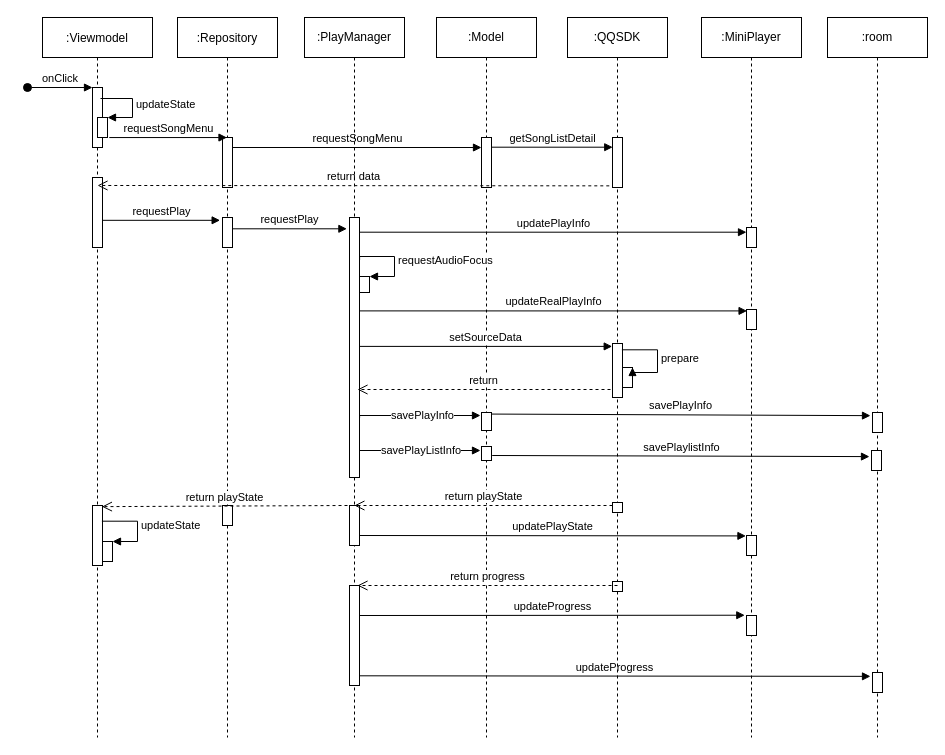
Above: Untitled Diagram.drawio in milk1990/AndFix (draw.io), before the change. Source tidied: cells renumbered, new cells numbered last; positions are measured from the earlier drawing's top-left corner, leaving out a move shared by most shapes. Both pictures are drawn from the tidied source at 100%, with x=0, y=0 at pixel (27, 17).
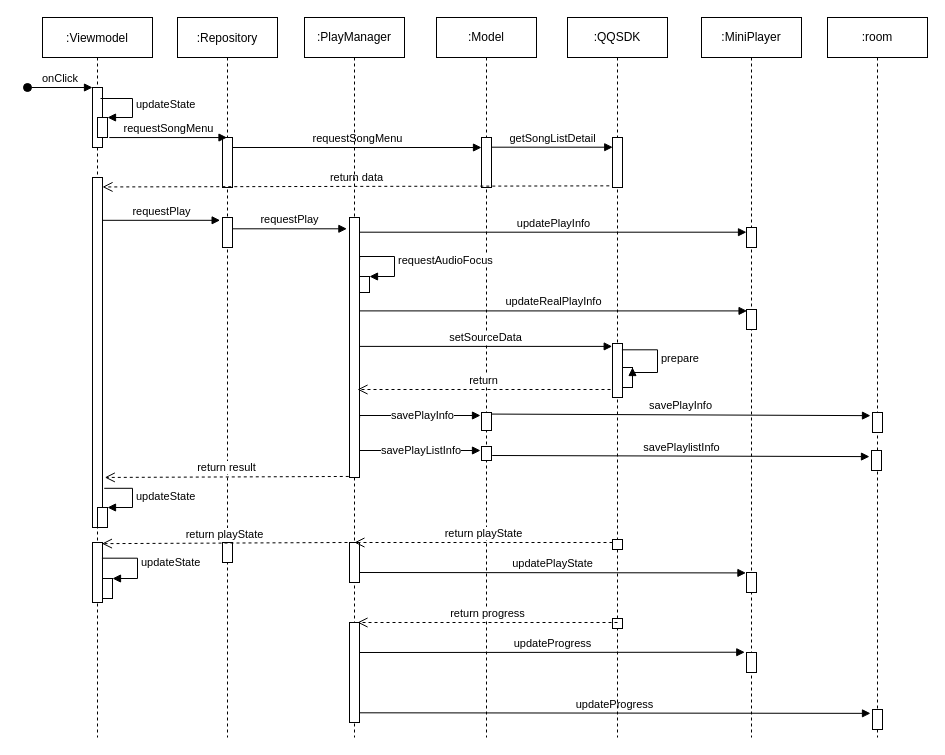
Above is the later version.

Unchanged cells that the change refers to:
```xml
<mxCell id="2" value=":Viewmodel" style="shape=umlLifeline;perimeter=lifelinePerimeter;rounded=0;shadow=0;strokeWidth=1;" parent="1" vertex="1">
  <mxGeometry x="15" width="110" height="720" as="geometry" />
</mxCell>
<mxCell id="11" value=":Repository" style="shape=umlLifeline;perimeter=lifelinePerimeter;rounded=0;shadow=0;strokeWidth=1;" parent="1" vertex="1">
  <mxGeometry x="150" width="100" height="720" as="geometry" />
</mxCell>
<mxCell id="16" value=":Model" style="shape=umlLifeline;perimeter=lifelinePerimeter;whiteSpace=wrap;html=1;" parent="1" vertex="1">
  <mxGeometry x="409" width="100" height="720" as="geometry" />
</mxCell>
<mxCell id="23" value=":PlayManager" style="shape=umlLifeline;perimeter=lifelinePerimeter;whiteSpace=wrap;html=1;" parent="1" vertex="1">
  <mxGeometry x="277" width="100" height="720" as="geometry" />
</mxCell>
<mxCell id="24" style="html=1;points=[];perimeter=orthogonalPerimeter;" parent="23" vertex="1">
  <mxGeometry x="45" y="200" width="10" height="260" as="geometry" />
</mxCell>
<mxCell id="34" value=":QQSDK" style="shape=umlLifeline;perimeter=lifelinePerimeter;whiteSpace=wrap;html=1;" parent="1" vertex="1">
  <mxGeometry x="540" width="100" height="720" as="geometry" />
</mxCell>
<mxCell id="35" style="html=1;points=[];perimeter=orthogonalPerimeter;" parent="34" vertex="1">
  <mxGeometry x="45" y="120" width="10" height="50" as="geometry" />
</mxCell>
<mxCell id="43" value=":MiniPlayer" style="shape=umlLifeline;perimeter=lifelinePerimeter;whiteSpace=wrap;html=1;" parent="1" vertex="1">
  <mxGeometry x="674" width="100" height="720" as="geometry" />
</mxCell>
<mxCell id="50" value=":room" style="shape=umlLifeline;perimeter=lifelinePerimeter;whiteSpace=wrap;html=1;" parent="1" vertex="1">
  <mxGeometry x="800" width="100" height="720" as="geometry" />
</mxCell>
```

What changed in the source:
```diff
@@
     <mxCell id="7" style="html=1;points=[];perimeter=orthogonalPerimeter;" parent="2" vertex="1">
-      <mxGeometry x="50" y="160" width="10" height="70" as="geometry" />
+      <mxGeometry x="50" y="160" width="10" height="350" as="geometry" />
     </mxCell>
     <mxCell id="8" style="html=1;points=[];perimeter=orthogonalPerimeter;" parent="2" vertex="1">
-      <mxGeometry x="50" y="488" width="10" height="60" as="geometry" />
+      <mxGeometry x="50" y="525" width="10" height="60" as="geometry" />
     </mxCell>
     <mxCell id="9" style="html=1;points=[];perimeter=orthogonalPerimeter;" parent="2" vertex="1">
-      <mxGeometry x="60" y="524" width="10" height="20" as="geometry" />
+      <mxGeometry x="60" y="561" width="10" height="20" as="geometry" />
     </mxCell>
     <mxCell id="10" value="updateState" style="edgeStyle=orthogonalEdgeStyle;html=1;align=left;spacingLeft=2;endArrow=block;rounded=0;entryX=1;entryY=0;exitX=0.943;exitY=0.162;exitDx=0;exitDy=0;exitPerimeter=0;" parent="2" edge="1" target="9">
       <mxGeometry relative="1" as="geometry">
-        <mxPoint x="59.4" y="503.7" as="sourcePoint" />
+        <mxPoint x="59.4" y="540.7" as="sourcePoint" />
         <Array as="points">
-          <mxPoint x="95" y="504" />
-          <mxPoint x="95" y="524" />
+          <mxPoint x="95" y="541" />
+          <mxPoint x="95" y="561" />
         </Array>
       </mxGeometry>
     </mxCell>
+    <mxCell id="61" style="html=1;points=[];perimeter=orthogonalPerimeter;" parent="2" vertex="1">
+      <mxGeometry x="55" y="490" width="10" height="20" as="geometry" />
+    </mxCell>
+    <mxCell id="62" value="updateState" style="edgeStyle=orthogonalEdgeStyle;html=1;align=left;spacingLeft=2;endArrow=block;rounded=0;entryX=1;entryY=0;exitX=1.171;exitY=0.888;exitDx=0;exitDy=0;exitPerimeter=0;" parent="2" edge="1" source="7" target="61">
+      <mxGeometry relative="1" as="geometry">
+        <Array as="points">
+          <mxPoint x="90" y="471" />
+          <mxPoint x="90" y="490" />
+        </Array>
+      </mxGeometry>
+    </mxCell>
@@
     <mxCell id="15" style="html=1;perimeter=orthogonalPerimeter;" parent="11" vertex="1">
-      <mxGeometry x="45" y="488" width="10" height="20" as="geometry" />
+      <mxGeometry x="45" y="525" width="10" height="20" as="geometry" />
     </mxCell>
@@
     <mxCell id="20" value="updateProgress" style="html=1;verticalAlign=bottom;endArrow=block;rounded=0;entryX=-0.2;entryY=0.193;entryDx=0;entryDy=0;entryPerimeter=0;" parent="16" edge="1" target="52">
       <mxGeometry relative="1" as="geometry">
-        <mxPoint x="-79" y="658.3" as="sourcePoint" />
+        <mxPoint x="-79" y="695.3" as="sourcePoint" />
       </mxGeometry>
     </mxCell>
@@
-    <mxCell id="22" value="return data" style="html=1;verticalAlign=bottom;endArrow=open;dashed=1;endSize=8;rounded=0;exitX=-0.321;exitY=0.967;exitDx=0;exitDy=0;exitPerimeter=0;entryX=0.5;entryY=0.114;entryDx=0;entryDy=0;entryPerimeter=0;" parent="1" edge="1" source="35" target="7">
+    <mxCell id="22" value="return data" style="html=1;verticalAlign=bottom;endArrow=open;dashed=1;endSize=8;rounded=0;exitX=-0.321;exitY=0.967;exitDx=0;exitDy=0;exitPerimeter=0;entryX=1;entryY=0.027;entryDx=0;entryDy=0;entryPerimeter=0;" parent="1" edge="1" source="35" target="7">
       <mxGeometry relative="1" as="geometry" />
     </mxCell>
@@
     <mxCell id="28" style="html=1;perimeter=orthogonalPerimeter;" parent="23" vertex="1">
-      <mxGeometry x="45" y="488" width="10" height="40" as="geometry" />
+      <mxGeometry x="45" y="525" width="10" height="40" as="geometry" />
     </mxCell>
     <mxCell id="29" value="updatePlayState" style="html=1;verticalAlign=bottom;endArrow=block;rounded=0;entryX=-0.057;entryY=0.021;entryDx=0;entryDy=0;entryPerimeter=0;" parent="23" edge="1" target="46">
       <mxGeometry relative="1" as="geometry">
-        <mxPoint x="55" y="518" as="sourcePoint" />
+        <mxPoint x="55" y="555" as="sourcePoint" />
       </mxGeometry>
     </mxCell>
     <mxCell id="30" style="html=1;perimeter=orthogonalPerimeter;" parent="23" vertex="1">
-      <mxGeometry x="45" y="568" width="10" height="100" as="geometry" />
+      <mxGeometry x="45" y="605" width="10" height="100" as="geometry" />
     </mxCell>
     <mxCell id="31" value="updateProgress" style="html=1;verticalAlign=bottom;endArrow=block;rounded=0;entryX=-0.171;entryY=-0.014;entryDx=0;entryDy=0;entryPerimeter=0;" parent="23" edge="1" target="47">
       <mxGeometry relative="1" as="geometry">
-        <mxPoint x="55" y="598" as="sourcePoint" />
+        <mxPoint x="55" y="635" as="sourcePoint" />
       </mxGeometry>
     </mxCell>
@@
     <mxCell id="39" value="return playState" style="html=1;verticalAlign=bottom;endArrow=open;dashed=1;endSize=8;rounded=0;" parent="34" edge="1">
       <mxGeometry relative="1" as="geometry">
-        <mxPoint x="45" y="488" as="sourcePoint" />
-        <mxPoint x="-213.1" y="488" as="targetPoint" />
+        <mxPoint x="45" y="525" as="sourcePoint" />
+        <mxPoint x="-213.1" y="525" as="targetPoint" />
       </mxGeometry>
     </mxCell>
     <mxCell id="40" style="html=1;perimeter=orthogonalPerimeter;" parent="34" vertex="1">
-      <mxGeometry x="45" y="564" width="10" height="10" as="geometry" />
+      <mxGeometry x="45" y="601" width="10" height="10" as="geometry" />
     </mxCell>
     <mxCell id="41" style="html=1;perimeter=orthogonalPerimeter;" parent="34" vertex="1">
-      <mxGeometry x="45" y="485" width="10" height="10" as="geometry" />
+      <mxGeometry x="45" y="522" width="10" height="10" as="geometry" />
     </mxCell>
@@
     <mxCell id="46" style="html=1;points=[];perimeter=orthogonalPerimeter;" parent="43" vertex="1">
-      <mxGeometry x="45" y="518" width="10" height="20" as="geometry" />
+      <mxGeometry x="45" y="555" width="10" height="20" as="geometry" />
     </mxCell>
     <mxCell id="47" style="html=1;points=[];perimeter=orthogonalPerimeter;" parent="43" vertex="1">
-      <mxGeometry x="45" y="598" width="10" height="20" as="geometry" />
+      <mxGeometry x="45" y="635" width="10" height="20" as="geometry" />
     </mxCell>
@@
     <mxCell id="52" style="html=1;points=[];perimeter=orthogonalPerimeter;" parent="50" vertex="1">
-      <mxGeometry x="45" y="655" width="10" height="20" as="geometry" />
+      <mxGeometry x="45" y="692" width="10" height="20" as="geometry" />
     </mxCell>
@@
     <mxCell id="58" value="return progress" style="html=1;verticalAlign=bottom;endArrow=open;dashed=1;endSize=8;rounded=0;" parent="1" edge="1">
       <mxGeometry relative="1" as="geometry">
-        <mxPoint x="590" y="568" as="sourcePoint" />
-        <mxPoint x="330" y="568" as="targetPoint" />
+        <mxPoint x="590" y="605" as="sourcePoint" />
+        <mxPoint x="330" y="605" as="targetPoint" />
       </mxGeometry>
     </mxCell>
     <mxCell id="59" value="return playState" style="html=1;verticalAlign=bottom;endArrow=open;dashed=1;endSize=8;rounded=0;entryX=0.943;entryY=0.019;entryDx=0;entryDy=0;entryPerimeter=0;" parent="1" edge="1" target="8">
       <mxGeometry relative="1" as="geometry">
-        <mxPoint x="320" y="488" as="sourcePoint" />
+        <mxPoint x="320" y="525" as="sourcePoint" />
       </mxGeometry>
     </mxCell>
@@
+    <mxCell id="63" value="return result" style="html=1;verticalAlign=bottom;endArrow=open;dashed=1;endSize=8;rounded=0;exitX=-0.071;exitY=0.996;exitDx=0;exitDy=0;exitPerimeter=0;entryX=1.229;entryY=0.857;entryDx=0;entryDy=0;entryPerimeter=0;" parent="1" edge="1" source="24" target="7">
+      <mxGeometry relative="1" as="geometry" />
+    </mxCell>
```
